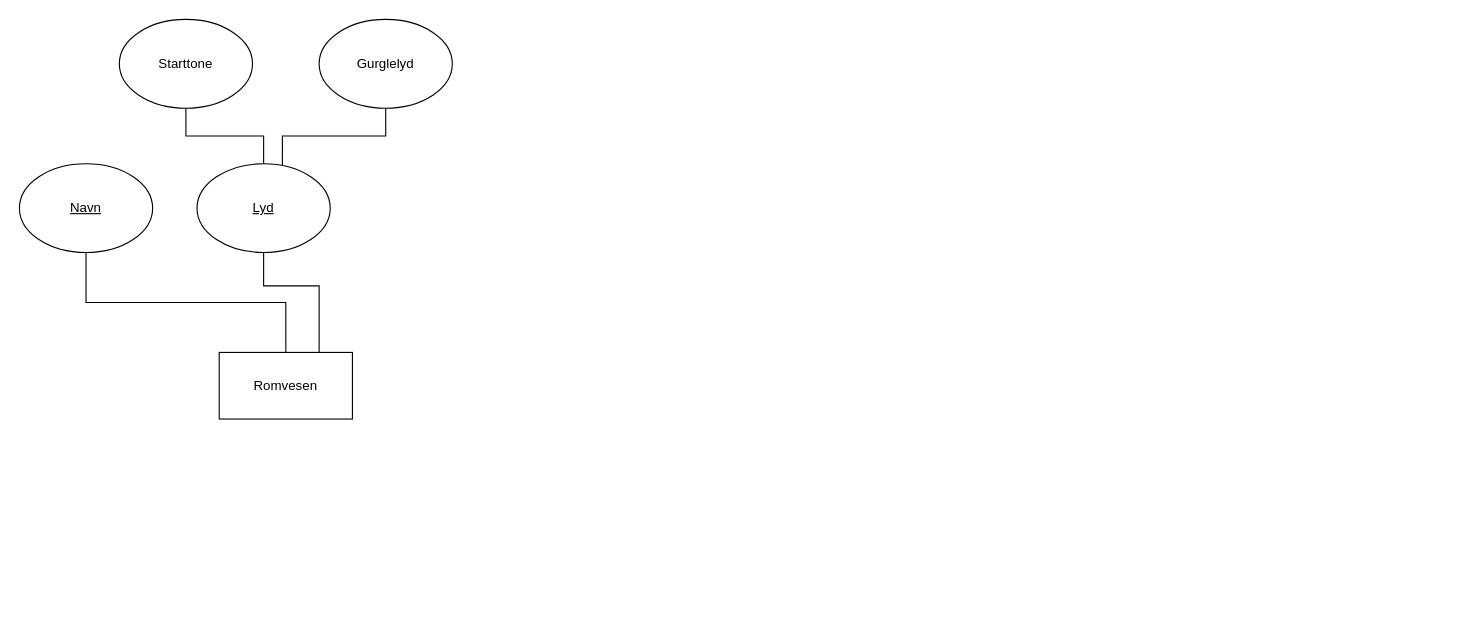
Before: Huff_alians.drawio in Hakonovrebo/Trix, a draw.io diagram. Source tidied: cells renumbered, new cells numbered last; positions are measured from the earlier drawing's top-left corner, leaving out a move shared by most shapes. Both pictures are drawn from the tidied source at 111%, with x=0, y=0 at pixel (19, 19).
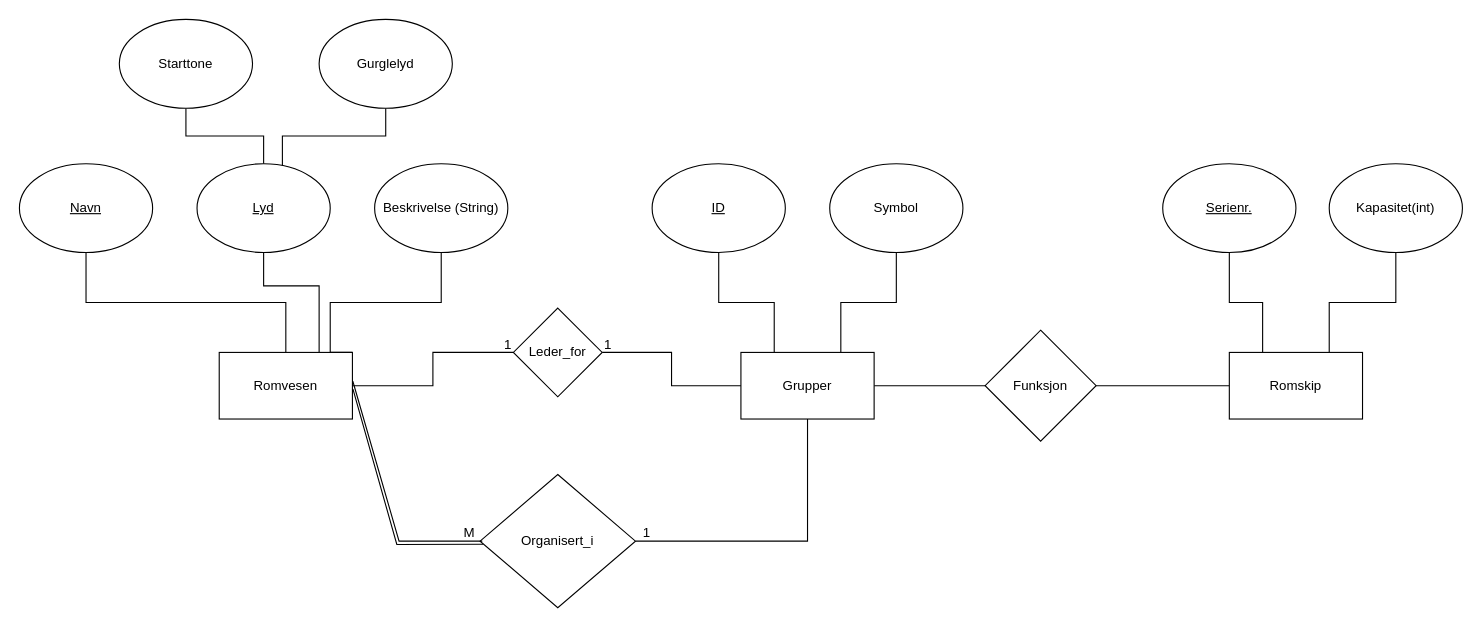
After the change.

Unchanged cells that the change refers to:
```xml
<mxCell id="4" value="Romvesen" style="rounded=0;whiteSpace=wrap;html=1;" parent="1" vertex="1">
  <mxGeometry x="180" y="300" width="120" height="60" as="geometry" />
</mxCell>
```

Change to the diagram source:
```diff
@@
+    <mxCell id="11" style="edgeStyle=orthogonalEdgeStyle;rounded=0;jettySize=auto;html=1;exitX=1;exitY=0;exitDx=0;exitDy=0;entryX=0.5;entryY=1;entryDx=0;entryDy=0;endArrow=none;endFill=0;" parent="1" edge="1" source="4" target="13">
+      <mxGeometry relative="1" as="geometry">
+        <Array as="points">
+          <mxPoint x="280" y="300" />
+          <mxPoint x="280" y="255" />
+          <mxPoint x="380" y="255" />
+        </Array>
+      </mxGeometry>
+    </mxCell>
+    <mxCell id="12" style="edgeStyle=orthogonalEdgeStyle;rounded=0;jettySize=auto;html=1;entryX=0;entryY=0.5;entryDx=0;entryDy=0;endArrow=none;endFill=0;" parent="1" edge="1" source="4" target="25">
+      <mxGeometry relative="1" as="geometry" />
+    </mxCell>
@@
+    <mxCell id="13" value="Beskrivelse (String)" style="ellipse;whiteSpace=wrap;html=1;" parent="1" vertex="1">
+      <mxGeometry x="320" y="130" width="120" height="80" as="geometry" />
+    </mxCell>
+    <mxCell id="14" style="edgeStyle=orthogonalEdgeStyle;rounded=0;jettySize=auto;html=1;endArrow=none;endFill=0;" parent="1" edge="1" source="15" target="19">
+      <mxGeometry relative="1" as="geometry" />
+    </mxCell>
+    <mxCell id="15" value="Organisert_i" style="rhombus;whiteSpace=wrap;html=1;rounded=0;" parent="1" vertex="1">
+      <mxGeometry x="415" y="410" width="140" height="120" as="geometry" />
+    </mxCell>
+    <mxCell id="16" style="edgeStyle=orthogonalEdgeStyle;rounded=0;jettySize=auto;html=1;exitX=1;exitY=0.5;exitDx=0;exitDy=0;endArrow=none;endFill=0;" parent="1" edge="1" source="19" target="29">
+      <mxGeometry relative="1" as="geometry" />
+    </mxCell>
+    <mxCell id="17" style="edgeStyle=orthogonalEdgeStyle;rounded=0;jettySize=auto;html=1;exitX=0.25;exitY=0;exitDx=0;exitDy=0;entryX=0.5;entryY=1;entryDx=0;entryDy=0;endArrow=none;endFill=0;" parent="1" edge="1" source="19" target="33">
+      <mxGeometry relative="1" as="geometry" />
+    </mxCell>
+    <mxCell id="18" style="edgeStyle=orthogonalEdgeStyle;rounded=0;jettySize=auto;html=1;exitX=0.75;exitY=0;exitDx=0;exitDy=0;entryX=0.5;entryY=1;entryDx=0;entryDy=0;endArrow=none;endFill=0;" parent="1" edge="1" source="19" target="34">
+      <mxGeometry relative="1" as="geometry" />
+    </mxCell>
+    <mxCell id="19" value="Grupper" style="whiteSpace=wrap;html=1;rounded=0;" parent="1" vertex="1">
+      <mxGeometry x="650" y="300" width="120" height="60" as="geometry" />
+    </mxCell>
+    <mxCell id="20" style="endArrow=none;html=1;rounded=0;exitX=1.004;exitY=0.551;exitDx=0;exitDy=0;exitPerimeter=0;entryX=0.02;entryY=0.523;entryDx=0;entryDy=0;entryPerimeter=0;" parent="1" edge="1" source="4" target="15">
+      <mxGeometry relative="1" as="geometry">
+        <Array as="points">
+          <mxPoint x="340" y="473" />
+        </Array>
+      </mxGeometry>
+    </mxCell>
+    <mxCell id="21" value="1" style="text;html=1;align=center;verticalAlign=middle;strokeColor=none;fillColor=none;" parent="1" vertex="1">
+      <mxGeometry x="550" y="448" width="30" height="30" as="geometry" />
+    </mxCell>
+    <mxCell id="22" value="M" style="text;html=1;align=center;verticalAlign=middle;strokeColor=none;fillColor=none;" parent="1" vertex="1">
+      <mxGeometry x="390" y="448" width="30" height="30" as="geometry" />
+    </mxCell>
+    <mxCell id="23" style="endArrow=none;html=1;rounded=0;exitX=1.003;exitY=0.433;exitDx=0;exitDy=0;entryX=0;entryY=0.5;entryDx=0;entryDy=0;exitPerimeter=0;" parent="1" edge="1" source="4">
+      <mxGeometry relative="1" as="geometry">
+        <mxPoint x="417" y="470" as="targetPoint" />
+        <Array as="points">
+          <mxPoint x="342" y="470" />
+        </Array>
+      </mxGeometry>
+    </mxCell>
+    <mxCell id="24" style="edgeStyle=orthogonalEdgeStyle;rounded=0;jettySize=auto;html=1;exitX=1;exitY=0.5;exitDx=0;exitDy=0;entryX=0;entryY=0.5;entryDx=0;entryDy=0;endArrow=none;endFill=0;" parent="1" edge="1" source="25" target="19">
+      <mxGeometry relative="1" as="geometry" />
+    </mxCell>
+    <mxCell id="25" value="Leder_for" style="rhombus;whiteSpace=wrap;html=1;" parent="1" vertex="1">
+      <mxGeometry x="445" y="260" width="80" height="80" as="geometry" />
+    </mxCell>
+    <mxCell id="26" value="1" style="text;html=1;align=center;verticalAlign=middle;strokeColor=none;fillColor=none;" parent="1" vertex="1">
+      <mxGeometry x="515" y="278" width="30" height="30" as="geometry" />
+    </mxCell>
+    <mxCell id="27" value="1" style="text;html=1;align=center;verticalAlign=middle;strokeColor=none;fillColor=none;" parent="1" vertex="1">
+      <mxGeometry x="425" y="278" width="30" height="30" as="geometry" />
+    </mxCell>
+    <mxCell id="28" style="edgeStyle=orthogonalEdgeStyle;rounded=0;jettySize=auto;html=1;exitX=1;exitY=0.5;exitDx=0;exitDy=0;entryX=0;entryY=0.5;entryDx=0;entryDy=0;endArrow=none;endFill=0;" parent="1" edge="1" source="29" target="32">
+      <mxGeometry relative="1" as="geometry" />
+    </mxCell>
+    <mxCell id="29" value="Funksjon" style="rhombus;whiteSpace=wrap;html=1;rounded=0;" parent="1" vertex="1">
+      <mxGeometry x="870" y="280" width="100" height="100" as="geometry" />
+    </mxCell>
+    <mxCell id="30" style="edgeStyle=orthogonalEdgeStyle;rounded=0;jettySize=auto;html=1;exitX=0.25;exitY=0;exitDx=0;exitDy=0;entryX=0.5;entryY=1;entryDx=0;entryDy=0;endArrow=none;endFill=0;" parent="1" edge="1" source="32" target="35">
+      <mxGeometry relative="1" as="geometry" />
+    </mxCell>
+    <mxCell id="31" style="edgeStyle=orthogonalEdgeStyle;rounded=0;jettySize=auto;html=1;exitX=0.75;exitY=0;exitDx=0;exitDy=0;entryX=0.5;entryY=1;entryDx=0;entryDy=0;endArrow=none;endFill=0;" parent="1" edge="1" source="32" target="36">
+      <mxGeometry relative="1" as="geometry" />
+    </mxCell>
+    <mxCell id="32" value="Romskip" style="whiteSpace=wrap;html=1;rounded=0;" parent="1" vertex="1">
+      <mxGeometry x="1090" y="300" width="120" height="60" as="geometry" />
+    </mxCell>
+    <mxCell id="33" value="&lt;u&gt;ID&lt;/u&gt;" style="ellipse;whiteSpace=wrap;html=1;" parent="1" vertex="1">
+      <mxGeometry x="570" y="130" width="120" height="80" as="geometry" />
+    </mxCell>
+    <mxCell id="34" value="Symbol" style="ellipse;whiteSpace=wrap;html=1;" parent="1" vertex="1">
+      <mxGeometry x="730" y="130" width="120" height="80" as="geometry" />
+    </mxCell>
+    <mxCell id="35" value="&lt;u&gt;Serienr.&lt;/u&gt;" style="ellipse;whiteSpace=wrap;html=1;" parent="1" vertex="1">
+      <mxGeometry x="1030" y="130" width="120" height="80" as="geometry" />
+    </mxCell>
+    <mxCell id="36" value="Kapasitet(int)" style="ellipse;whiteSpace=wrap;html=1;" parent="1" vertex="1">
+      <mxGeometry x="1180" y="130" width="120" height="80" as="geometry" />
+    </mxCell>
```
